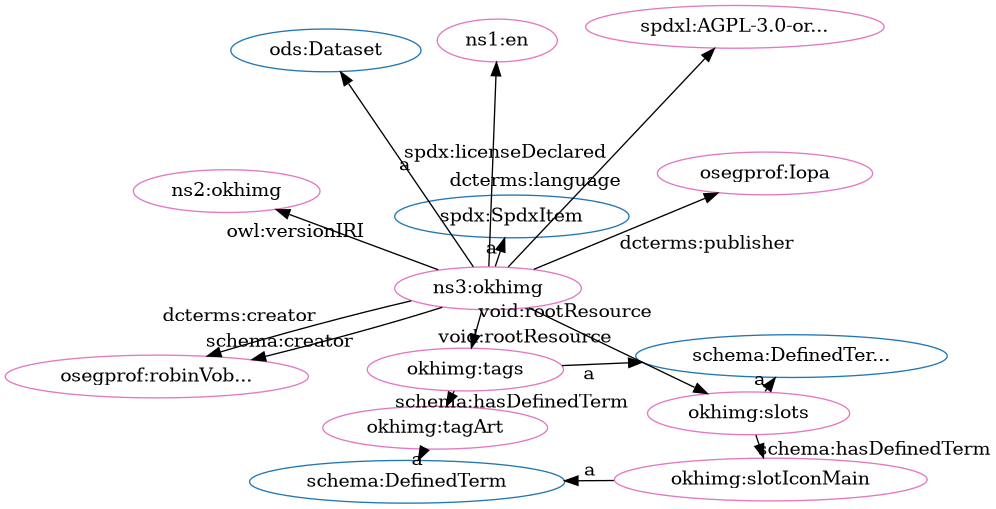
Above: src/spec/fdp_okh-img-clean.png in iop-alliance/OpenKnowHow (Graphviz), before the change. Its source is kept beside it as src/spec/fdp_okh-img-clean.dot. Source of this version:
```dot
digraph G {
  rankdir=BT
  node[height=.3]
"http://w3id.org/oseg/ont/ods#Dataset" [fillcolor="#1f77b4" color="#1f77b4" label="ods:Dataset"]
"http://schema.org/DefinedTermSet" [fillcolor="#1f77b4" color="#1f77b4" label="schema:DefinedTer..."]
"http://schema.org/DefinedTerm" [fillcolor="#1f77b4" color="#1f77b4" label="schema:DefinedTerm"]
"http://spdx.org/rdf/terms#SpdxItem" [fillcolor="#1f77b4" color="#1f77b4" label="spdx:SpdxItem"]
"http://w3id.org/oseg/ont/okhimg#slots" [fillcolor="#e377c2" color="#e377c2" label="okhimg:slots"]
"http://id.loc.gov/vocabulary/iso639-1/en" [fillcolor="#e377c2" color="#e377c2" label="ns1:en"]
"http://w3id.org/oseg/ont/oseg-profiles#robinVobruba" [fillcolor="#e377c2" color="#e377c2" label="osegprof:robinVob..."]
"http://w3id.org/oseg/ont/oseg-profiles#Iopa" [fillcolor="#e377c2" color="#e377c2" label="osegprof:Iopa"]
"http://w3id.org/oseg/ont/0.1.0/okhimg" [fillcolor="#e377c2" color="#e377c2" label="ns2:okhimg"]
"http://w3id.org/oseg/ont/okhimg#slotIconMain" [fillcolor="#e377c2" color="#e377c2" label="okhimg:slotIconMain"]
"http://w3id.org/oseg/ont/okhimg#tagArt" [fillcolor="#e377c2" color="#e377c2" label="okhimg:tagArt"]
"http://w3id.org/oseg/ont/okhimg" [fillcolor="#e377c2" color="#e377c2" label="ns3:okhimg"]
"http://w3id.org/oseg/ont/okhimg#tags" [fillcolor="#e377c2" color="#e377c2" label="okhimg:tags"]
"http://spdx.org/licenses/AGPL-3.0-or-later" [fillcolor="#e377c2" color="#e377c2" label="spdxl:AGPL-3.0-or..."]
  "http://w3id.org/oseg/ont/okhimg#slots" -> "http://schema.org/DefinedTermSet" [label="a"]
  "http://w3id.org/oseg/ont/okhimg" -> "http://id.loc.gov/vocabulary/iso639-1/en" [label="dcterms:language"]
  "http://w3id.org/oseg/ont/okhimg" -> "http://w3id.org/oseg/ont/oseg-profiles#robinVobruba" [label="schema:creator"]
  "http://w3id.org/oseg/ont/okhimg" -> "http://w3id.org/oseg/ont/oseg-profiles#Iopa" [label="dcterms:publisher"]
  "http://w3id.org/oseg/ont/okhimg" -> "http://w3id.org/oseg/ont/0.1.0/okhimg" [label="owl:versionIRI"]
  "http://w3id.org/oseg/ont/okhimg" -> "http://w3id.org/oseg/ont/okhimg#slots" [label="void:rootResource"]
  "http://w3id.org/oseg/ont/okhimg#slotIconMain" -> "http://schema.org/DefinedTerm" [label="a"]
  "http://w3id.org/oseg/ont/okhimg#tagArt" -> "http://schema.org/DefinedTerm" [label="a"]
  "http://w3id.org/oseg/ont/okhimg" -> "http://spdx.org/rdf/terms#SpdxItem" [label="a"]
  "http://w3id.org/oseg/ont/okhimg#slots" -> "http://w3id.org/oseg/ont/okhimg#slotIconMain" [label="schema:hasDefinedTerm"]
  "http://w3id.org/oseg/ont/okhimg#tags" -> "http://schema.org/DefinedTermSet" [label="a"]
  "http://w3id.org/oseg/ont/okhimg" -> "http://spdx.org/licenses/AGPL-3.0-or-later" [label="spdx:licenseDeclared"]
  "http://w3id.org/oseg/ont/okhimg" -> "http://w3id.org/oseg/ont/okhimg#tags" [label="void:rootResource"]
  "http://w3id.org/oseg/ont/okhimg" -> "http://w3id.org/oseg/ont/ods#Dataset" [label="a"]
  "http://w3id.org/oseg/ont/okhimg" -> "http://w3id.org/oseg/ont/oseg-profiles#robinVobruba" [label="dcterms:creator"]
  "http://w3id.org/oseg/ont/okhimg#tags" -> "http://w3id.org/oseg/ont/okhimg#tagArt" [label="schema:hasDefinedTerm"]
}
```
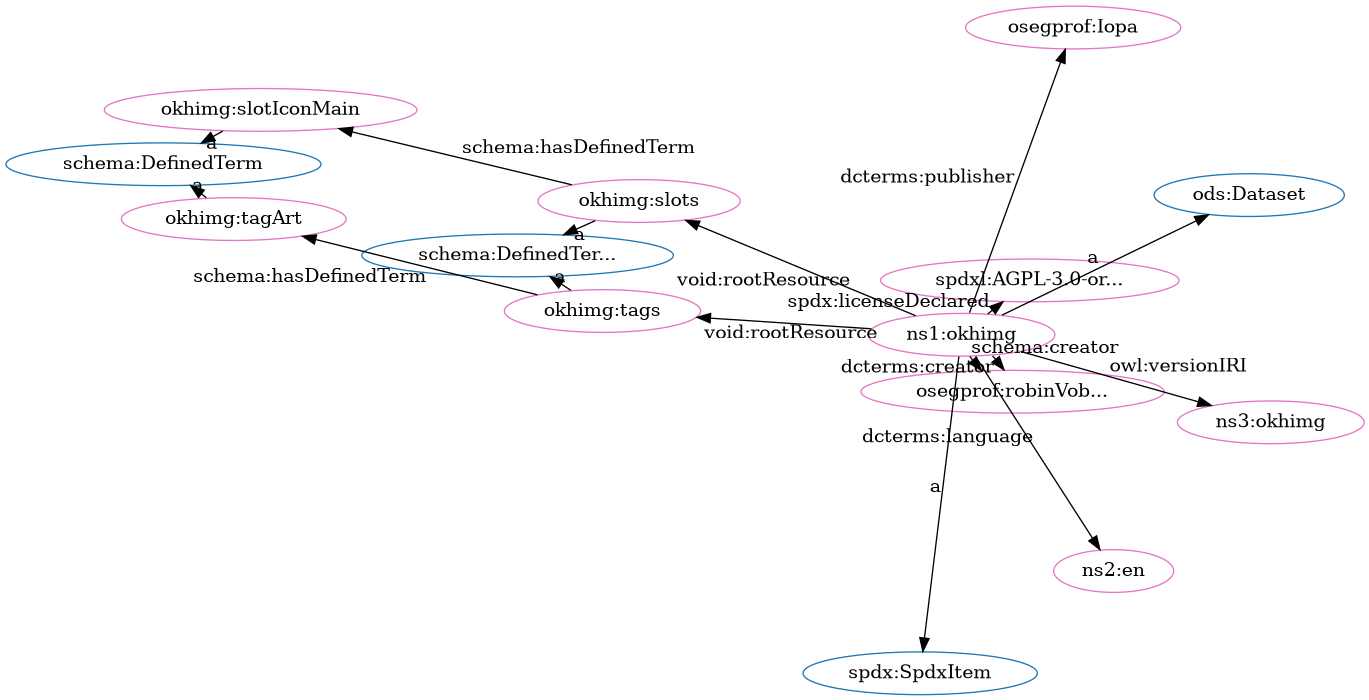
Above is the later version.

Change to the diagram source:
```diff
@@ -1,34 +1,34 @@
 digraph G {
   rankdir=BT
   node[height=.3]
+"http://schema.org/DefinedTerm" [fillcolor="#1f77b4" color="#1f77b4" label="schema:DefinedTerm"]
 "http://w3id.org/oseg/ont/ods#Dataset" [fillcolor="#1f77b4" color="#1f77b4" label="ods:Dataset"]
+"http://spdx.org/rdf/terms#SpdxItem" [fillcolor="#1f77b4" color="#1f77b4" label="spdx:SpdxItem"]
 "http://schema.org/DefinedTermSet" [fillcolor="#1f77b4" color="#1f77b4" label="schema:DefinedTer..."]
-"http://schema.org/DefinedTerm" [fillcolor="#1f77b4" color="#1f77b4" label="schema:DefinedTerm"]
-"http://spdx.org/rdf/terms#SpdxItem" [fillcolor="#1f77b4" color="#1f77b4" label="spdx:SpdxItem"]
+"http://w3id.org/oseg/ont/okhimg#slotIconMain" [fillcolor="#e377c2" color="#e377c2" label="okhimg:slotIconMain"]
+"http://spdx.org/licenses/AGPL-3.0-or-later" [fillcolor="#e377c2" color="#e377c2" label="spdxl:AGPL-3.0-or..."]
+"http://w3id.org/oseg/ont/okhimg#tagArt" [fillcolor="#e377c2" color="#e377c2" label="okhimg:tagArt"]
+"http://w3id.org/oseg/ont/oseg-profiles#robinVobruba" [fillcolor="#e377c2" color="#e377c2" label="osegprof:robinVob..."]
 "http://w3id.org/oseg/ont/okhimg#slots" [fillcolor="#e377c2" color="#e377c2" label="okhimg:slots"]
-"http://id.loc.gov/vocabulary/iso639-1/en" [fillcolor="#e377c2" color="#e377c2" label="ns1:en"]
-"http://w3id.org/oseg/ont/oseg-profiles#robinVobruba" [fillcolor="#e377c2" color="#e377c2" label="osegprof:robinVob..."]
+"http://w3id.org/oseg/ont/okhimg" [fillcolor="#e377c2" color="#e377c2" label="ns1:okhimg"]
+"http://w3id.org/oseg/ont/okhimg#tags" [fillcolor="#e377c2" color="#e377c2" label="okhimg:tags"]
+"http://id.loc.gov/vocabulary/iso639-1/en" [fillcolor="#e377c2" color="#e377c2" label="ns2:en"]
+"http://w3id.org/oseg/ont/0.1.0/okhimg" [fillcolor="#e377c2" color="#e377c2" label="ns3:okhimg"]
 "http://w3id.org/oseg/ont/oseg-profiles#Iopa" [fillcolor="#e377c2" color="#e377c2" label="osegprof:Iopa"]
-"http://w3id.org/oseg/ont/0.1.0/okhimg" [fillcolor="#e377c2" color="#e377c2" label="ns2:okhimg"]
-"http://w3id.org/oseg/ont/okhimg#slotIconMain" [fillcolor="#e377c2" color="#e377c2" label="okhimg:slotIconMain"]
-"http://w3id.org/oseg/ont/okhimg#tagArt" [fillcolor="#e377c2" color="#e377c2" label="okhimg:tagArt"]
-"http://w3id.org/oseg/ont/okhimg" [fillcolor="#e377c2" color="#e377c2" label="ns3:okhimg"]
-"http://w3id.org/oseg/ont/okhimg#tags" [fillcolor="#e377c2" color="#e377c2" label="okhimg:tags"]
-"http://spdx.org/licenses/AGPL-3.0-or-later" [fillcolor="#e377c2" color="#e377c2" label="spdxl:AGPL-3.0-or..."]
+  "http://w3id.org/oseg/ont/okhimg#slotIconMain" -> "http://schema.org/DefinedTerm" [label="a"]
+  "http://w3id.org/oseg/ont/okhimg" -> "http://spdx.org/licenses/AGPL-3.0-or-later" [label="spdx:licenseDeclared"]
+  "http://w3id.org/oseg/ont/okhimg#tagArt" -> "http://schema.org/DefinedTerm" [label="a"]
+  "http://w3id.org/oseg/ont/okhimg" -> "http://w3id.org/oseg/ont/oseg-profiles#robinVobruba" [label="dcterms:creator"]
+  "http://w3id.org/oseg/ont/okhimg" -> "http://w3id.org/oseg/ont/okhimg#slots" [label="void:rootResource"]
+  "http://w3id.org/oseg/ont/okhimg" -> "http://spdx.org/rdf/terms#SpdxItem" [label="a"]
+  "http://w3id.org/oseg/ont/okhimg" -> "http://w3id.org/oseg/ont/oseg-profiles#robinVobruba" [label="schema:creator"]
+  "http://w3id.org/oseg/ont/okhimg" -> "http://w3id.org/oseg/ont/okhimg#tags" [label="void:rootResource"]
+  "http://w3id.org/oseg/ont/okhimg" -> "http://id.loc.gov/vocabulary/iso639-1/en" [label="dcterms:language"]
+  "http://w3id.org/oseg/ont/okhimg#tags" -> "http://w3id.org/oseg/ont/okhimg#tagArt" [label="schema:hasDefinedTerm"]
+  "http://w3id.org/oseg/ont/okhimg#slots" -> "http://w3id.org/oseg/ont/okhimg#slotIconMain" [label="schema:hasDefinedTerm"]
   "http://w3id.org/oseg/ont/okhimg#slots" -> "http://schema.org/DefinedTermSet" [label="a"]
-  "http://w3id.org/oseg/ont/okhimg" -> "http://id.loc.gov/vocabulary/iso639-1/en" [label="dcterms:language"]
-  "http://w3id.org/oseg/ont/okhimg" -> "http://w3id.org/oseg/ont/oseg-profiles#robinVobruba" [label="schema:creator"]
+  "http://w3id.org/oseg/ont/okhimg" -> "http://w3id.org/oseg/ont/ods#Dataset" [label="a"]
   "http://w3id.org/oseg/ont/okhimg" -> "http://w3id.org/oseg/ont/oseg-profiles#Iopa" [label="dcterms:publisher"]
+  "http://w3id.org/oseg/ont/okhimg#tags" -> "http://schema.org/DefinedTermSet" [label="a"]
   "http://w3id.org/oseg/ont/okhimg" -> "http://w3id.org/oseg/ont/0.1.0/okhimg" [label="owl:versionIRI"]
-  "http://w3id.org/oseg/ont/okhimg" -> "http://w3id.org/oseg/ont/okhimg#slots" [label="void:rootResource"]
-  "http://w3id.org/oseg/ont/okhimg#slotIconMain" -> "http://schema.org/DefinedTerm" [label="a"]
-  "http://w3id.org/oseg/ont/okhimg#tagArt" -> "http://schema.org/DefinedTerm" [label="a"]
-  "http://w3id.org/oseg/ont/okhimg" -> "http://spdx.org/rdf/terms#SpdxItem" [label="a"]
-  "http://w3id.org/oseg/ont/okhimg#slots" -> "http://w3id.org/oseg/ont/okhimg#slotIconMain" [label="schema:hasDefinedTerm"]
-  "http://w3id.org/oseg/ont/okhimg#tags" -> "http://schema.org/DefinedTermSet" [label="a"]
-  "http://w3id.org/oseg/ont/okhimg" -> "http://spdx.org/licenses/AGPL-3.0-or-later" [label="spdx:licenseDeclared"]
-  "http://w3id.org/oseg/ont/okhimg" -> "http://w3id.org/oseg/ont/okhimg#tags" [label="void:rootResource"]
-  "http://w3id.org/oseg/ont/okhimg" -> "http://w3id.org/oseg/ont/ods#Dataset" [label="a"]
-  "http://w3id.org/oseg/ont/okhimg" -> "http://w3id.org/oseg/ont/oseg-profiles#robinVobruba" [label="dcterms:creator"]
-  "http://w3id.org/oseg/ont/okhimg#tags" -> "http://w3id.org/oseg/ont/okhimg#tagArt" [label="schema:hasDefinedTerm"]
 }
```
